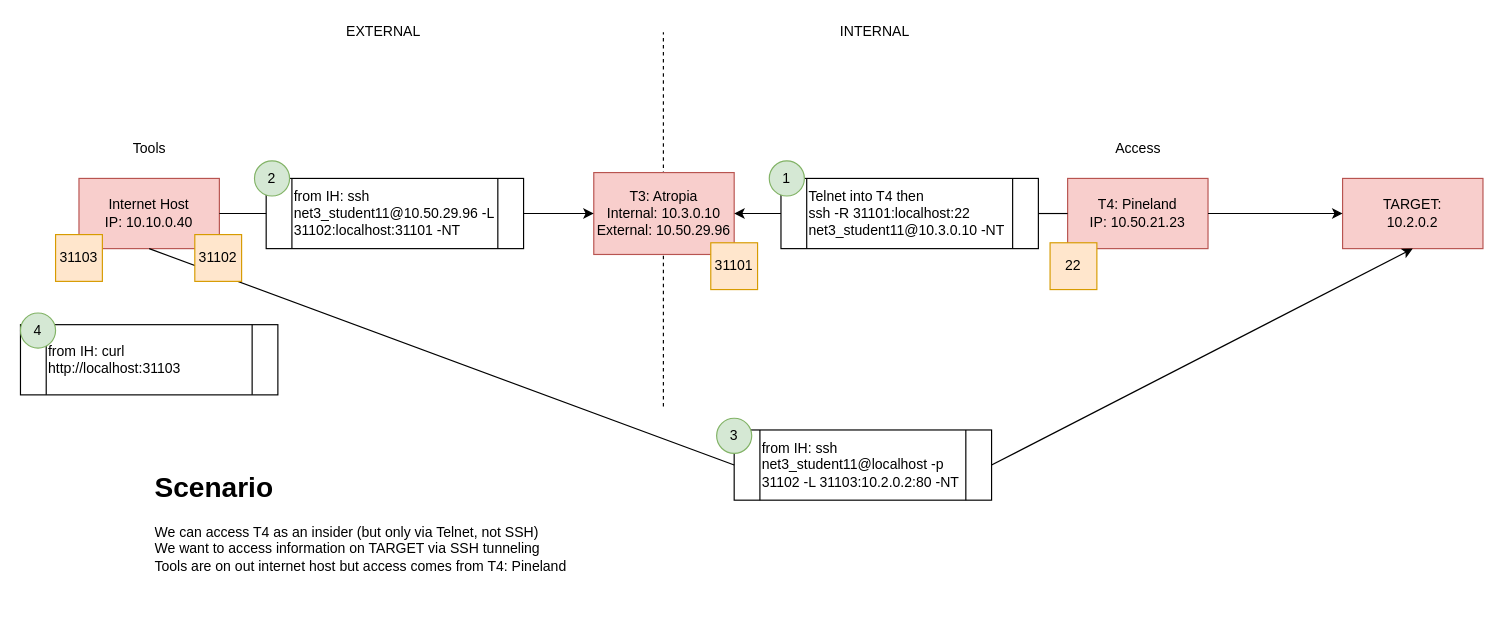
Earlier version of the draw.io diagram ctf/CTF_tunneling_map.drawio (abfarr/cctc). Source tidied: cells renumbered, new cells numbered last; positions are measured from the earlier drawing's top-left corner, leaving out a move shared by most shapes. Both pictures are drawn from the tidied source at 117%, with x=0, y=0 at pixel (20, 20).
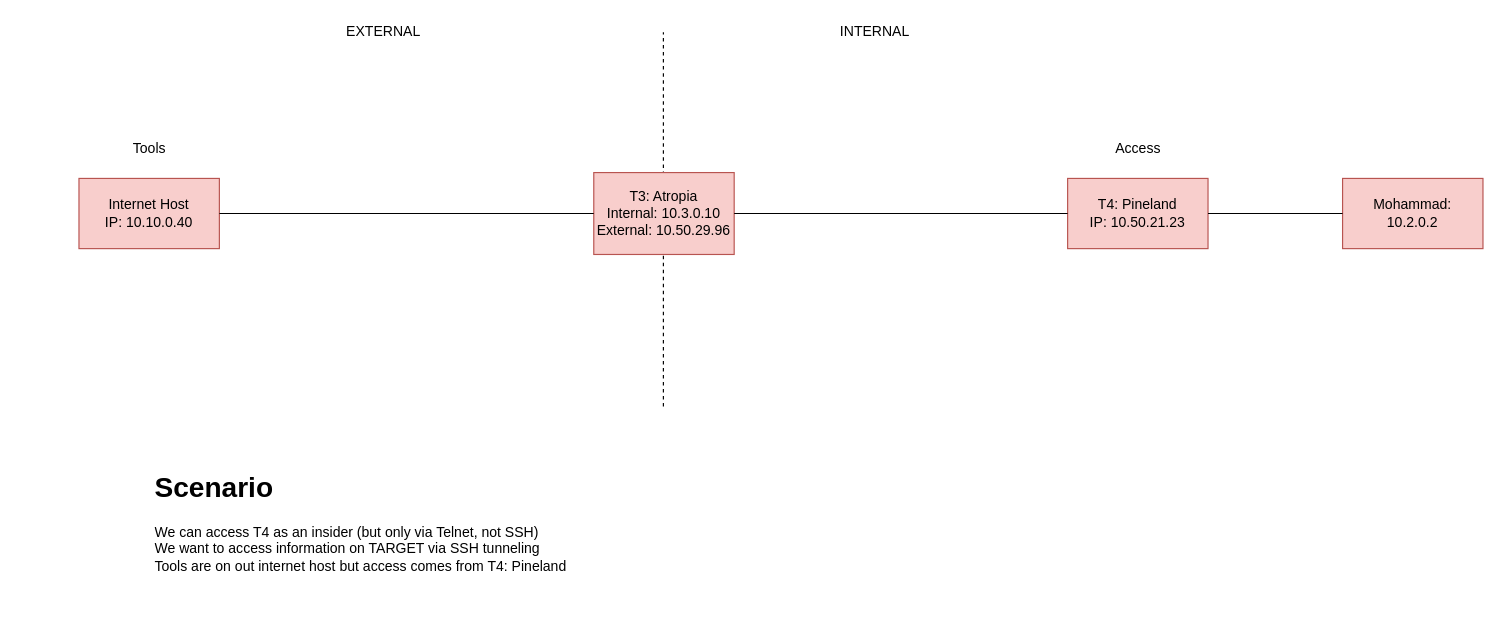
The same diagram, later.

Unchanged cells that the change refers to:
```xml
<mxCell id="3" value="Internet Host&lt;br&gt;IP: 10.10.0.40" style="rounded=0;whiteSpace=wrap;html=1;fillColor=#f8cecc;strokeColor=#b85450;" parent="1" vertex="1">
  <mxGeometry x="50" y="135" width="120" height="60" as="geometry" />
</mxCell>
<mxCell id="5" value="T3: Atropia&lt;br&gt;Internal: 10.3.0.10&lt;br&gt;External: 10.50.29.96" style="rounded=0;whiteSpace=wrap;html=1;fillColor=#f8cecc;strokeColor=#b85450;" parent="1" vertex="1">
  <mxGeometry x="490" y="130" width="120" height="70" as="geometry" />
</mxCell>
<mxCell id="8" value="T4: Pineland&lt;br&gt;IP: 10.50.21.23" style="rounded=0;whiteSpace=wrap;html=1;fillColor=#f8cecc;strokeColor=#b85450;" parent="1" vertex="1">
  <mxGeometry x="895" y="135" width="120" height="60" as="geometry" />
</mxCell>
```

What changed in the source:
```diff
@@
-    <mxCell id="9" value="TARGET:&lt;br&gt;10.2.0.2" style="rounded=0;whiteSpace=wrap;html=1;fillColor=#f8cecc;strokeColor=#b85450;" parent="1" vertex="1">
+    <mxCell id="9" value="Mohammad:&lt;br&gt;10.2.0.2" style="rounded=0;whiteSpace=wrap;html=1;fillColor=#f8cecc;strokeColor=#b85450;" parent="1" vertex="1">
       <mxGeometry x="1130" y="135" width="120" height="60" as="geometry" />
     </mxCell>
-    <mxCell id="10" style="endArrow=classic;html=1;rounded=0;exitX=1;exitY=0.5;exitDx=0;exitDy=0;entryX=0;entryY=0.5;entryDx=0;entryDy=0;startArrow=none;" parent="1" edge="1" source="19" target="5">
-      <mxGeometry relative="1" as="geometry" />
-    </mxCell>
@@
-    <mxCell id="12" style="endArrow=classic;html=1;rounded=0;exitX=0;exitY=0.5;exitDx=0;exitDy=0;entryX=1;entryY=0.5;entryDx=0;entryDy=0;startArrow=none;" parent="1" edge="1" source="16" target="5">
-      <mxGeometry relative="1" as="geometry" />
-    </mxCell>
-    <mxCell id="13" style="endArrow=classic;html=1;rounded=0;exitX=1;exitY=0.5;exitDx=0;exitDy=0;" parent="1" edge="1" source="8" target="9">
-      <mxGeometry relative="1" as="geometry" />
-    </mxCell>
-    <mxCell id="14" value="31101" style="whiteSpace=wrap;html=1;fillColor=#ffe6cc;strokeColor=#d79b00;" parent="1" vertex="1">
-      <mxGeometry x="590" y="190" width="40" height="40" as="geometry" />
-    </mxCell>
-    <mxCell id="15" value="22" style="whiteSpace=wrap;html=1;fillColor=#ffe6cc;strokeColor=#d79b00;" parent="1" vertex="1">
-      <mxGeometry x="880" y="190" width="40" height="40" as="geometry" />
-    </mxCell>
-    <mxCell id="16" value="Telnet into T4 then&lt;br&gt;ssh -R 31101:localhost:22 net3_student11@10.3.0.10 -NT" style="shape=process;whiteSpace=wrap;html=1;backgroundOutline=1;align=left;" parent="1" vertex="1">
-      <mxGeometry x="650" y="135" width="220" height="60" as="geometry" />
-    </mxCell>
-    <mxCell id="17" style="endArrow=none;html=1;rounded=0;exitX=0;exitY=0.5;exitDx=0;exitDy=0;entryX=1;entryY=0.5;entryDx=0;entryDy=0;" parent="1" edge="1" source="8" target="16">
-      <mxGeometry relative="1" as="geometry" />
-    </mxCell>
-    <mxCell id="18" value="1" style="ellipse;whiteSpace=wrap;html=1;fillColor=#d5e8d4;strokeColor=#82b366;" parent="1" vertex="1">
-      <mxGeometry x="640" y="120" width="30" height="30" as="geometry" />
-    </mxCell>
-    <mxCell id="19" value="from IH: ssh net3_student11@10.50.29.96 -L 31102:localhost:31101 -NT" style="shape=process;whiteSpace=wrap;html=1;backgroundOutline=1;align=left;" parent="1" vertex="1">
-      <mxGeometry x="210" y="135" width="220" height="60" as="geometry" />
-    </mxCell>
-    <mxCell id="20" style="endArrow=none;html=1;rounded=0;exitX=1;exitY=0.5;exitDx=0;exitDy=0;entryX=0;entryY=0.5;entryDx=0;entryDy=0;" parent="1" edge="1" source="3" target="19">
-      <mxGeometry relative="1" as="geometry" />
-    </mxCell>
-    <mxCell id="21" value="2" style="ellipse;whiteSpace=wrap;html=1;fillColor=#d5e8d4;strokeColor=#82b366;" parent="1" vertex="1">
-      <mxGeometry x="200" y="120" width="30" height="30" as="geometry" />
-    </mxCell>
-    <mxCell id="22" value="31103" style="whiteSpace=wrap;html=1;fillColor=#ffe6cc;strokeColor=#d79b00;" parent="1" vertex="1">
-      <mxGeometry x="30" y="183" width="40" height="40" as="geometry" />
-    </mxCell>
@@
-    <mxCell id="24" value="from IH: ssh net3_student11@localhost -p 31102 -L 31103:10.2.0.2:80 -NT" style="shape=process;whiteSpace=wrap;html=1;backgroundOutline=1;align=left;" parent="1" vertex="1">
-      <mxGeometry x="610" y="350" width="220" height="60" as="geometry" />
-    </mxCell>
-    <mxCell id="25" style="endArrow=classic;html=1;rounded=0;exitX=1;exitY=0.5;exitDx=0;exitDy=0;entryX=0.5;entryY=1;entryDx=0;entryDy=0;" parent="1" edge="1" source="24" target="9">
-      <mxGeometry relative="1" as="geometry" />
-    </mxCell>
-    <mxCell id="26" style="endArrow=none;html=1;rounded=0;exitX=0;exitY=0.5;exitDx=0;exitDy=0;entryX=0.5;entryY=1;entryDx=0;entryDy=0;" parent="1" edge="1" source="24" target="3">
-      <mxGeometry relative="1" as="geometry" />
-    </mxCell>
-    <mxCell id="27" value="31102" style="whiteSpace=wrap;html=1;fillColor=#ffe6cc;strokeColor=#d79b00;" parent="1" vertex="1">
-      <mxGeometry x="149" y="183" width="40" height="40" as="geometry" />
-    </mxCell>
-    <mxCell id="28" value="3" style="ellipse;whiteSpace=wrap;html=1;fillColor=#d5e8d4;strokeColor=#82b366;" parent="1" vertex="1">
-      <mxGeometry x="595" y="340" width="30" height="30" as="geometry" />
-    </mxCell>
-    <mxCell id="29" value="from IH: curl http://localhost:31103" style="shape=process;whiteSpace=wrap;html=1;backgroundOutline=1;align=left;" parent="1" vertex="1">
-      <mxGeometry y="260" width="220" height="60" as="geometry" />
-    </mxCell>
-    <mxCell id="30" value="4" style="ellipse;whiteSpace=wrap;html=1;fillColor=#d5e8d4;strokeColor=#82b366;" parent="1" vertex="1">
-      <mxGeometry y="250" width="30" height="30" as="geometry" />
-    </mxCell>
+    <mxCell id="31" style="endArrow=none;html=1;rounded=0;exitX=1;exitY=0.5;exitDx=0;exitDy=0;entryX=0;entryY=0.5;entryDx=0;entryDy=0;" parent="1" edge="1" source="3" target="5">
+      <mxGeometry relative="1" as="geometry" />
+    </mxCell>
+    <mxCell id="32" style="endArrow=none;html=1;rounded=0;exitX=0;exitY=0.5;exitDx=0;exitDy=0;entryX=1;entryY=0.5;entryDx=0;entryDy=0;" parent="1" edge="1" source="8" target="5">
+      <mxGeometry relative="1" as="geometry" />
+    </mxCell>
+    <mxCell id="33" style="endArrow=none;html=1;rounded=0;entryX=1;entryY=0.5;entryDx=0;entryDy=0;" parent="1" edge="1" source="9" target="8">
+      <mxGeometry relative="1" as="geometry" />
+    </mxCell>
```
